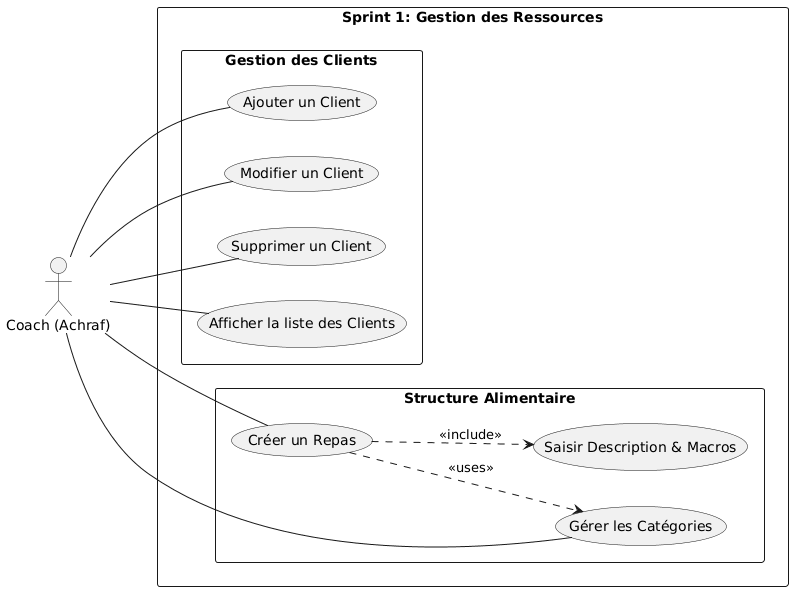
This is Rapport/Images/sprint1-usecase.png from BenTaleb-Mehdi/Project-PFE, a PlantUML export, as it was before one commit. The source it was exported from:
```plantuml
@startuml
left to right direction
skinparam packageStyle rectangle

actor "Coach (Achraf)" as Coach

rectangle "Sprint 1: Gestion des Ressources" {

  package "Gestion des Clients" {
    (Ajouter un Client) as (AddC)
    (Modifier un Client) as (EditC)
    (Supprimer un Client) as (DelC)
    (Afficher la liste des Clients) as (ListC)
  }

  package "Structure Alimentaire" {
    (Gérer les Catégories) as (Cat)
    (Créer un Repas) as (AddM)
    (Saisir Description & Macros) as (Macro)

    (AddM) ..> (Macro) : <<include>>
    (AddM) ..> (Cat) : <<uses>>
  }

  Coach -- (AddC)
  Coach -- (EditC)
  Coach -- (DelC)
  Coach -- (ListC)

  Coach -- (Cat)
  Coach -- (AddM)
}
@enduml
```
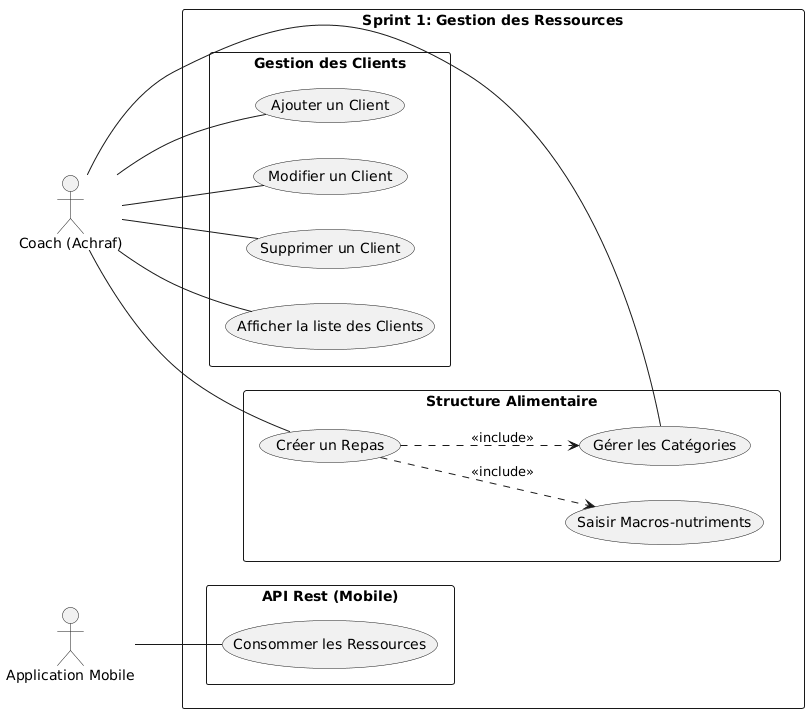
After the commit.

Commit message:
docs: add presentation slides, project report, and sprint use-case diagrams

The edit, as a diff of the source:
```diff
@@ -1,8 +1,10 @@
 @startuml
 left to right direction
 skinparam packageStyle rectangle
+skinparam shadowing false
 
 actor "Coach (Achraf)" as Coach
+actor "Application Mobile" as MobileApp
 
 rectangle "Sprint 1: Gestion des Ressources" {
 
@@ -16,18 +18,23 @@
   package "Structure Alimentaire" {
     (Gérer les Catégories) as (Cat)
     (Créer un Repas) as (AddM)
-    (Saisir Description & Macros) as (Macro)
+    (Saisir Macros-nutriments) as (Macro)
 
     (AddM) ..> (Macro) : <<include>>
-    (AddM) ..> (Cat) : <<uses>>
+    (AddM) ..> (Cat) : <<include>>
+  }
+
+  package "API Rest (Mobile)" {
+    (Consommer les Ressources) as (ConsumeAPI)
   }
 
   Coach -- (AddC)
   Coach -- (EditC)
   Coach -- (DelC)
   Coach -- (ListC)
-
   Coach -- (Cat)
   Coach -- (AddM)
+
+  MobileApp -- (ConsumeAPI)
 }
 @enduml
```
